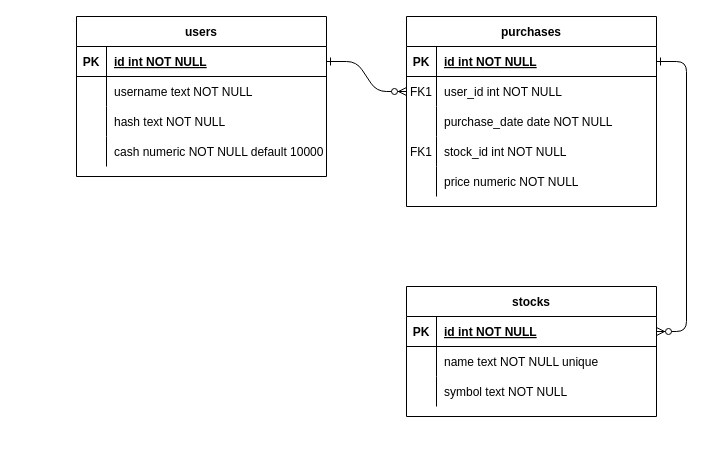
franky-cast/cs50X keeps this draw.io diagram as finance/financedb.drawio. Above is the earlier version. Source tidied: cells renumbered, new cells numbered last; positions are measured from the earlier drawing's top-left corner, leaving out a move shared by most shapes. Both pictures are drawn from the tidied source at 100%, with x=0, y=0 at pixel (76, 16).
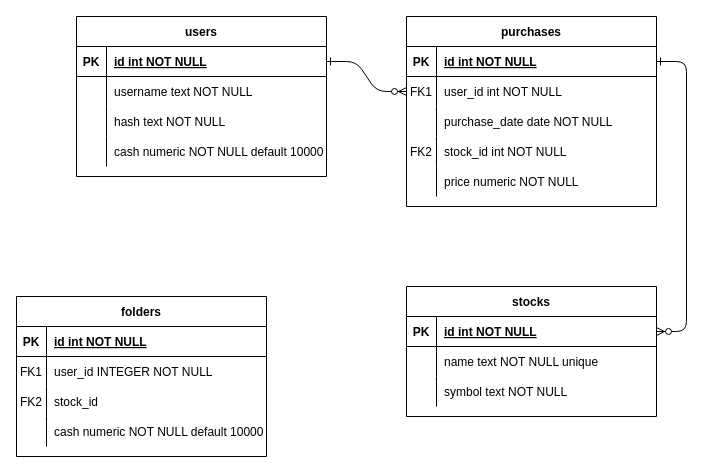
After the change.

The change refers to these unchanged cells:
```xml
<mxCell id="14" style="shape=partialRectangle;fillColor=none;top=0;left=0;right=0;bottom=0;" parent="4" vertex="1">
  <mxGeometry y="120" width="250" height="30" as="geometry" />
</mxCell>
```

Change to the diagram source:
```diff
@@
-    <mxCell id="15" value="FK1" style="shape=partialRectangle;overflow=hidden;fillColor=none;top=0;left=0;bottom=0;right=0;" parent="14" vertex="1">
+    <mxCell id="15" value="FK2" style="shape=partialRectangle;overflow=hidden;fillColor=none;top=0;left=0;bottom=0;right=0;" parent="14" vertex="1">
       <mxGeometry width="30" height="30" as="geometry" />
     </mxCell>
@@
+    <mxCell id="43" value="folders" style="shape=table;startSize=30;childLayout=tableLayout;rowLines=0;fontStyle=1;align=center;" parent="1" vertex="1">
+      <mxGeometry x="-60" y="280" width="250" height="160" as="geometry" />
+    </mxCell>
+    <mxCell id="44" style="shape=partialRectangle;fillColor=none;top=0;left=0;right=0;bottom=1;" parent="43" vertex="1">
+      <mxGeometry y="30" width="250" height="30" as="geometry" />
+    </mxCell>
+    <mxCell id="45" value="PK" style="shape=partialRectangle;overflow=hidden;fillColor=none;top=0;left=0;bottom=0;right=0;fontStyle=1;" parent="44" vertex="1">
+      <mxGeometry width="30" height="30" as="geometry" />
+    </mxCell>
+    <mxCell id="46" value="id int NOT NULL " style="shape=partialRectangle;overflow=hidden;fillColor=none;top=0;left=0;bottom=0;right=0;align=left;spacingLeft=6;fontStyle=5;" parent="44" vertex="1">
+      <mxGeometry x="30" width="220" height="30" as="geometry" />
+    </mxCell>
+    <mxCell id="47" style="shape=partialRectangle;fillColor=none;top=0;left=0;right=0;bottom=0;" parent="43" vertex="1">
+      <mxGeometry y="60" width="250" height="30" as="geometry" />
+    </mxCell>
+    <mxCell id="48" value="FK1" style="shape=partialRectangle;overflow=hidden;fillColor=none;top=0;left=0;bottom=0;right=0;" parent="47" vertex="1">
+      <mxGeometry width="30" height="30" as="geometry" />
+    </mxCell>
+    <mxCell id="49" value="user_id INTEGER NOT NULL" style="shape=partialRectangle;overflow=hidden;fillColor=none;top=0;left=0;bottom=0;right=0;align=left;spacingLeft=6;" parent="47" vertex="1">
+      <mxGeometry x="30" width="220" height="30" as="geometry" />
+    </mxCell>
+    <mxCell id="50" style="shape=partialRectangle;fillColor=none;top=0;left=0;right=0;bottom=0;" parent="43" vertex="1">
+      <mxGeometry y="90" width="250" height="30" as="geometry" />
+    </mxCell>
+    <mxCell id="51" value="FK2" style="shape=partialRectangle;overflow=hidden;fillColor=none;top=0;left=0;bottom=0;right=0;" parent="50" vertex="1">
+      <mxGeometry width="30" height="30" as="geometry" />
+    </mxCell>
+    <mxCell id="52" value="stock_id" style="shape=partialRectangle;overflow=hidden;fillColor=none;top=0;left=0;bottom=0;right=0;align=left;spacingLeft=6;" parent="50" vertex="1">
+      <mxGeometry x="30" width="220" height="30" as="geometry" />
+    </mxCell>
+    <mxCell id="53" style="shape=partialRectangle;fillColor=none;top=0;left=0;right=0;bottom=0;" parent="43" vertex="1">
+      <mxGeometry y="120" width="250" height="30" as="geometry" />
+    </mxCell>
+    <mxCell id="54" style="shape=partialRectangle;overflow=hidden;fillColor=none;top=0;left=0;bottom=0;right=0;" parent="53" vertex="1">
+      <mxGeometry width="30" height="30" as="geometry" />
+    </mxCell>
+    <mxCell id="55" value="cash numeric NOT NULL default 10000" style="shape=partialRectangle;overflow=hidden;fillColor=none;top=0;left=0;bottom=0;right=0;align=left;spacingLeft=6;" parent="53" vertex="1">
+      <mxGeometry x="30" width="220" height="30" as="geometry" />
+    </mxCell>
```
